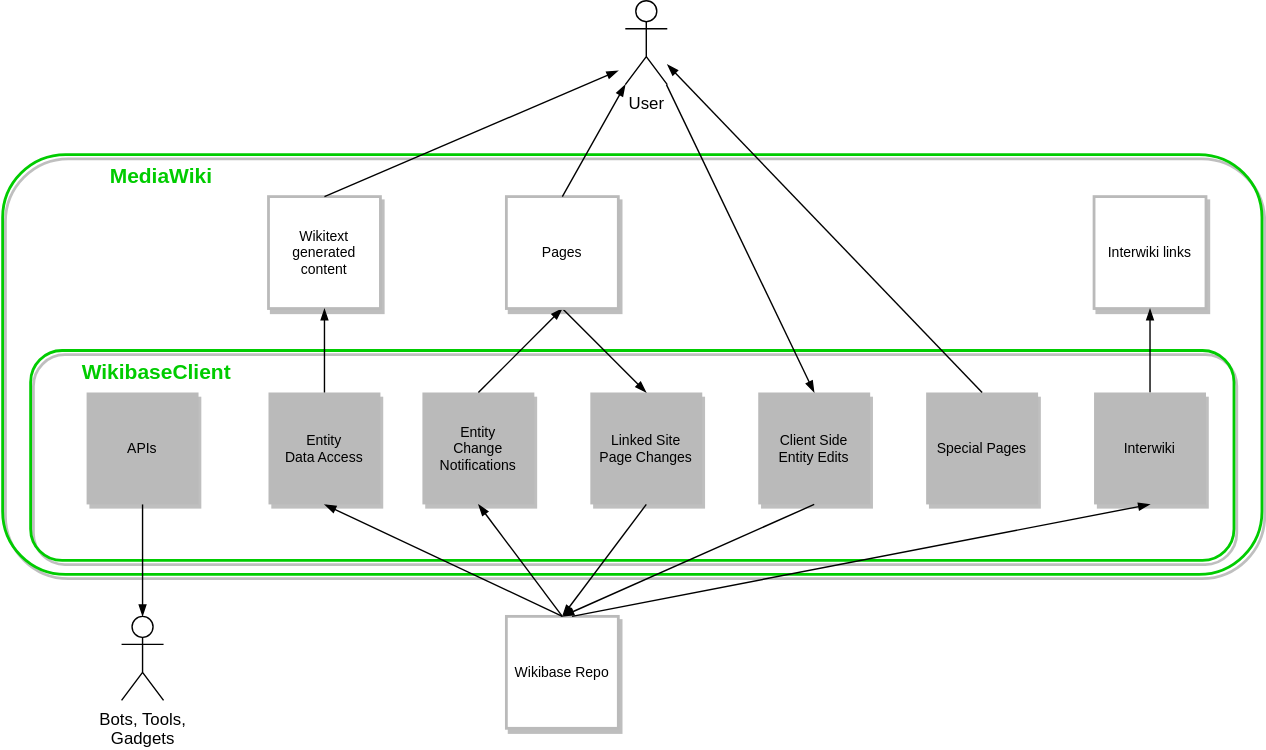
Above: systems/WikibaseClient/diagrams/05-building-blocks.drawio.svg in wmde/wikidata-wikibase-architecture (draw.io), before the change. Source tidied: cells renumbered, new cells last; positions are measured from the earlier drawing's top-left corner, leaving out a move shared by most shapes.
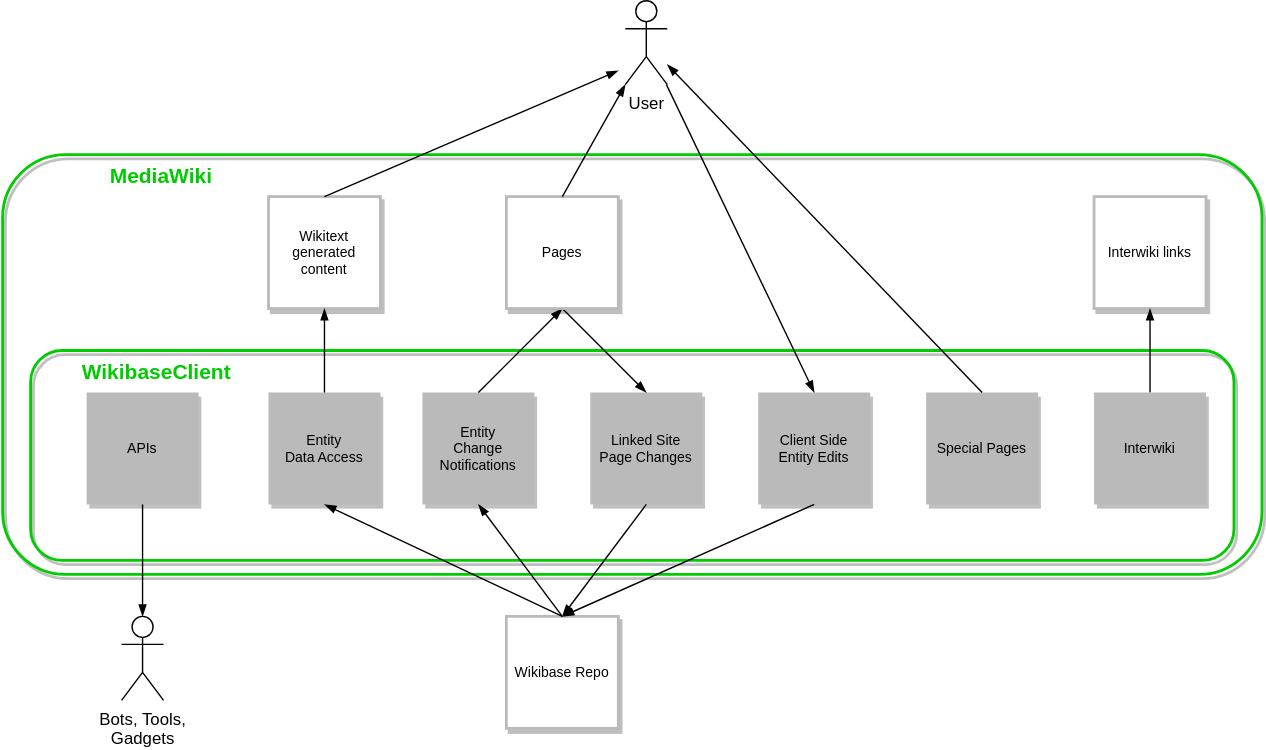
Above is the later version.

Commit message:
Remove Repo-Interwiki arrow in building blocks

What changed in the source:
```diff
@@ -88,8 +88,5 @@
     <mxCell id="29" value="Interwiki" style="rounded=0;shadow=1;fontSize=10;fontColor=#000000;strokeColor=none;direction=west;fillColor=#BABABA;" parent="1" vertex="1">
       <mxGeometry x="780" y="280" width="80" height="80" as="geometry" />
     </mxCell>
-    <mxCell id="30" style="endArrow=blockThin;html=1;strokeColor=#000000;fontSize=10;fontColor=#000000;strokeWidth=1;endFill=1;entryX=0.5;entryY=0;entryDx=0;entryDy=0;exitX=0.413;exitY=1;exitDx=0;exitDy=0;exitPerimeter=0;" parent="1" edge="1" source="7" target="29">
-      <mxGeometry x="350" y="60" as="geometry" />
-    </mxCell>
   </root>
 </mxGraphModel>
```
